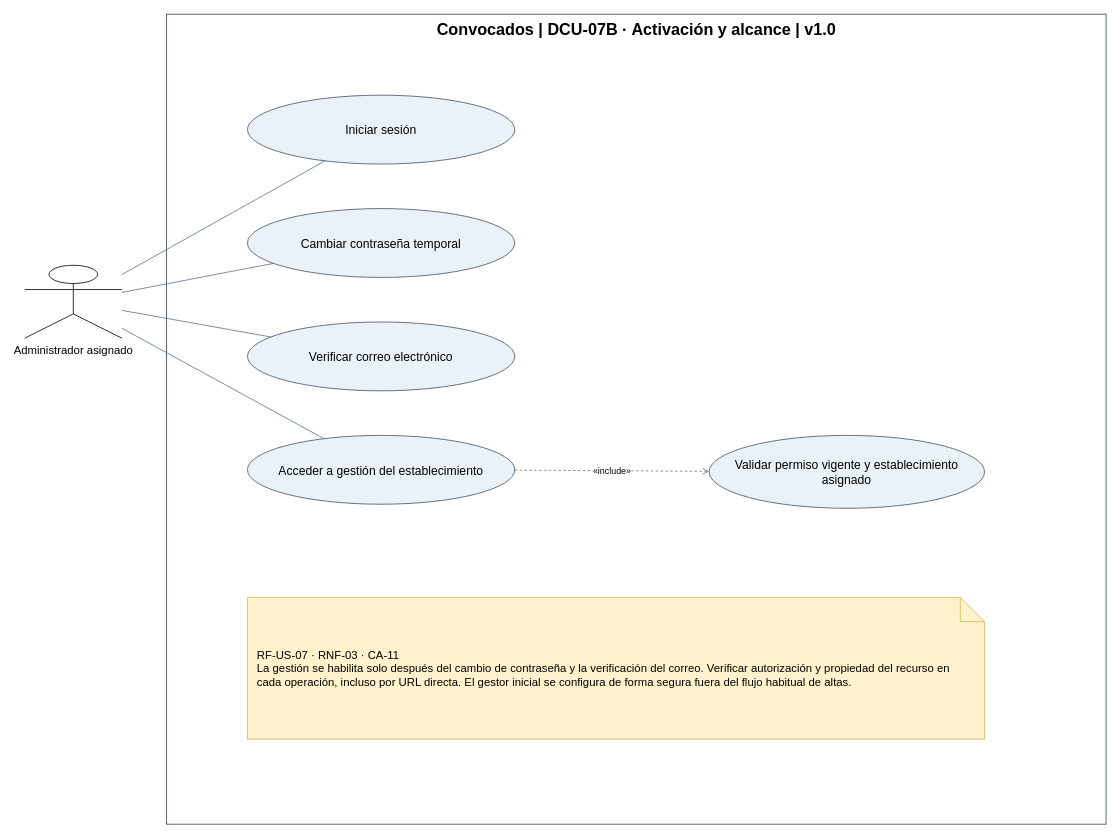
Before: page "DCU-07B · Activación y alcance" (2 of 2) of docs/02-diseno-funcional/casos-de-uso-permisos.drawio in alejovidela13/convocados, a draw.io diagram. Source tidied: cells renumbered, new cells numbered last; positions are measured from the earlier drawing's top-left corner, leaving out a move shared by most shapes. Both pictures are drawn from the tidied source at 81%, with x=0, y=0 at pixel (24, 14).
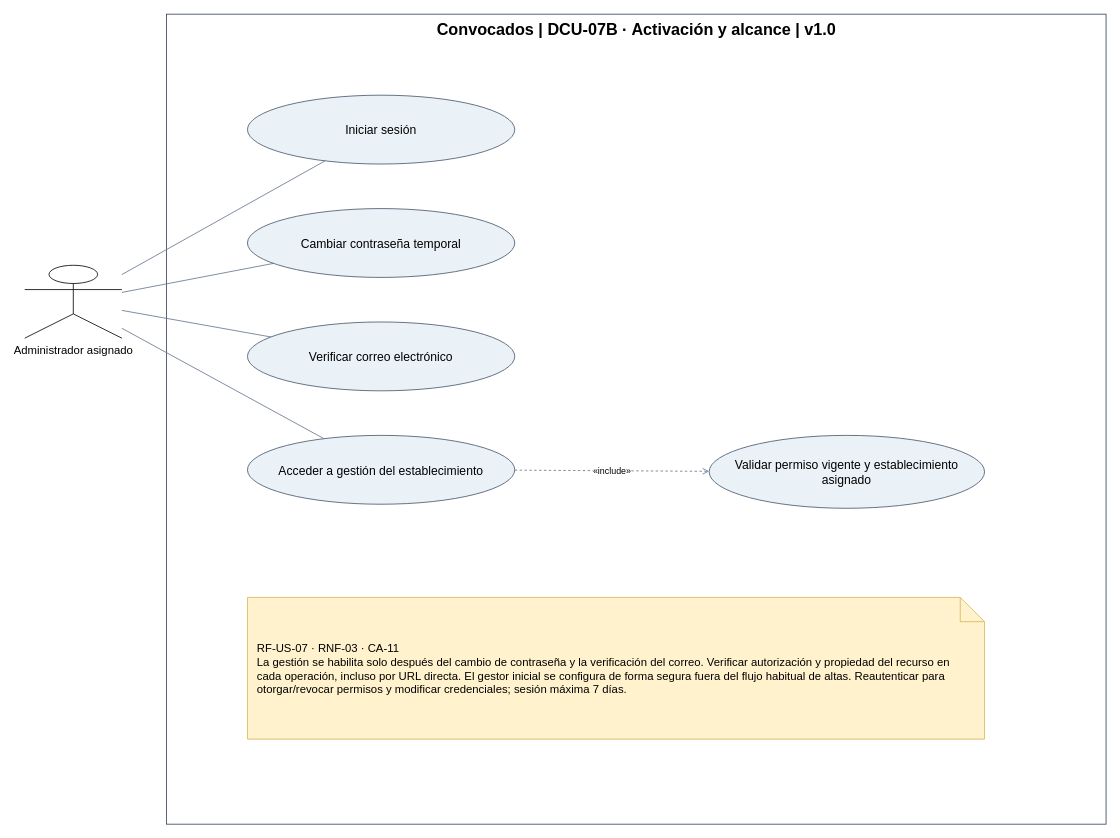
After the change.

Change to the diagram source:
```diff
@@
 <mxGraphModel>
   <root>
     <mxCell id="0" />
     <mxCell id="1" parent="0" />
     <mxCell id="2" value="Convocados | DCU-07B · Activación y alcance | v1.0" style="rounded=0;html=1;verticalAlign=top;fontStyle=1;fontSize=20;fillColor=none;strokeColor=#334155;" parent="1" vertex="1">
       <mxGeometry x="175" width="1160" height="1000" as="geometry" />
     </mxCell>
     <mxCell id="3" value="Administrador asignado" style="shape=umlActor;verticalLabelPosition=bottom;verticalAlign=top;html=1;fontSize=14;" parent="1" vertex="1">
       <mxGeometry y="310" width="120" height="90" as="geometry" />
     </mxCell>
     <mxCell id="4" value="Iniciar sesión" style="ellipse;whiteSpace=wrap;html=1;fontSize=15;fillColor=#eaf2f8;strokeColor=#475569;" parent="1" vertex="1">
       <mxGeometry x="275" y="100" width="330" height="85" as="geometry" />
     </mxCell>
     <mxCell id="5" style="html=1;strokeColor=#64748b;endArrow=none;" parent="1" edge="1" source="3" target="4">
       <mxGeometry relative="1" as="geometry" />
     </mxCell>
     <mxCell id="6" value="Cambiar contraseña temporal" style="ellipse;whiteSpace=wrap;html=1;fontSize=15;fillColor=#eaf2f8;strokeColor=#475569;" parent="1" vertex="1">
       <mxGeometry x="275" y="240" width="330" height="85" as="geometry" />
     </mxCell>
     <mxCell id="7" style="html=1;strokeColor=#64748b;endArrow=none;" parent="1" edge="1" source="3" target="6">
       <mxGeometry relative="1" as="geometry" />
     </mxCell>
     <mxCell id="8" value="Verificar correo electrónico" style="ellipse;whiteSpace=wrap;html=1;fontSize=15;fillColor=#eaf2f8;strokeColor=#475569;" parent="1" vertex="1">
       <mxGeometry x="275" y="380" width="330" height="85" as="geometry" />
     </mxCell>
     <mxCell id="9" style="html=1;strokeColor=#64748b;endArrow=none;" parent="1" edge="1" source="3" target="8">
       <mxGeometry relative="1" as="geometry" />
     </mxCell>
     <mxCell id="10" value="Acceder a gestión del establecimiento" style="ellipse;whiteSpace=wrap;html=1;fontSize=15;fillColor=#eaf2f8;strokeColor=#475569;" parent="1" vertex="1">
       <mxGeometry x="275" y="520" width="330" height="85" as="geometry" />
     </mxCell>
     <mxCell id="11" style="html=1;strokeColor=#64748b;endArrow=none;" parent="1" edge="1" source="3" target="10">
       <mxGeometry relative="1" as="geometry" />
     </mxCell>
     <mxCell id="12" value="Validar permiso vigente y establecimiento asignado" style="ellipse;whiteSpace=wrap;html=1;fontSize=15;fillColor=#eaf2f8;strokeColor=#475569;" parent="1" vertex="1">
       <mxGeometry x="845" y="520" width="340" height="90" as="geometry" />
     </mxCell>
     <mxCell id="13" value="«include»" style="html=1;strokeColor=#64748b;dashed=1;endArrow=open;endFill=0;" parent="1" edge="1" source="10" target="12">
       <mxGeometry relative="1" as="geometry" />
     </mxCell>
-    <mxCell id="14" value="RF-US-07 · RNF-03 · CA-11&lt;br&gt;La gestión se habilita solo después del cambio de contraseña y la verificación del correo. Verificar autorización y propiedad del recurso en cada operación, incluso por URL directa. El gestor inicial se configura de forma segura fuera del flujo habitual de altas." style="shape=note;whiteSpace=wrap;html=1;fontSize=14;fillColor=#fff2cc;strokeColor=#d6b656;align=left;spacing=12;" parent="1" vertex="1">
+    <mxCell id="14" value="RF-US-07 · RNF-03 · CA-11&lt;br&gt;La gestión se habilita solo después del cambio de contraseña y la verificación del correo. Verificar autorización y propiedad del recurso en cada operación, incluso por URL directa. El gestor inicial se configura de forma segura fuera del flujo habitual de altas. Reautenticar para otorgar/revocar permisos y modificar credenciales; sesión máxima 7 días." style="shape=note;whiteSpace=wrap;html=1;fontSize=14;fillColor=#fff2cc;strokeColor=#d6b656;align=left;spacing=12;" parent="1" vertex="1">
       <mxGeometry x="275" y="720" width="910" height="175" as="geometry" />
     </mxCell>
   </root>
 </mxGraphModel>
```
